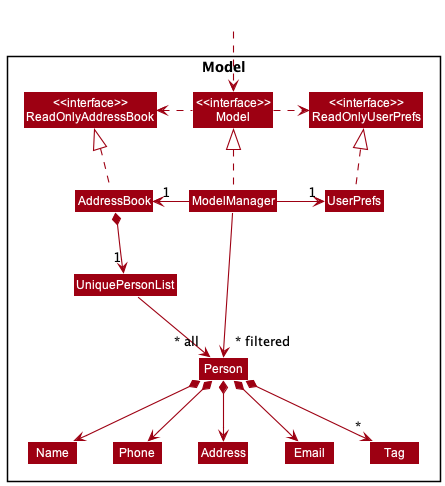
Earlier version of the PlantUML export docs/images/ModelClassDiagram.png (nus-cs2103-AY2223S2/tp).
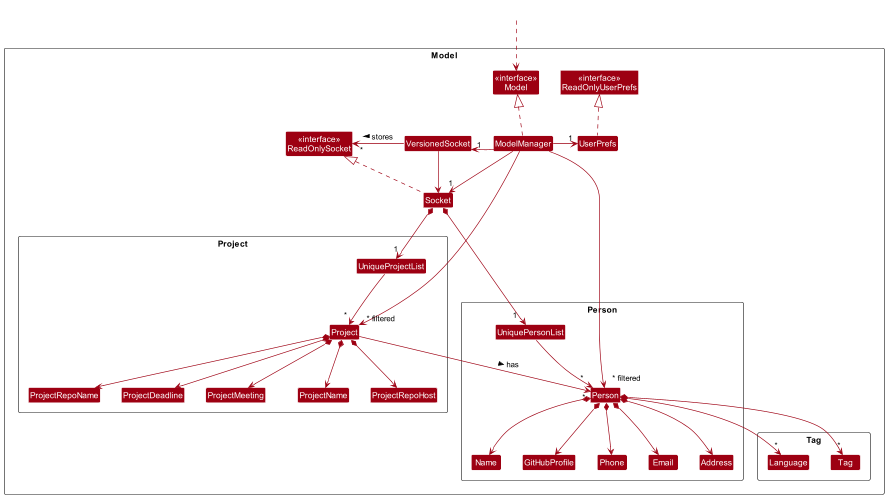
The same diagram one commit later.

The edit, as a diff of the source:
```diff
@@ -5,46 +5,87 @@
 skinparam classBackgroundColor MODEL_COLOR
 
 Package Model <<Rectangle>>{
-Class "<<interface>>\nReadOnlyAddressBook" as ReadOnlyAddressBook
+Class "<<interface>>\nReadOnlySocket" as ReadOnlySocket
 Class "<<interface>>\nReadOnlyUserPrefs" as ReadOnlyUserPrefs
-Class "<<interface>>\nModel" as Model
-Class AddressBook
+Class "<<interface>>\nModel" as Interface_Model
+Class Socket
 Class ModelManager
 Class UserPrefs
+Class VersionedSocket
 
+Package Person as PersonPackage <<Rectangle>>{
 Class UniquePersonList
 Class Person
 Class Address
 Class Email
+Class GitHubProfile
 Class Name
 Class Phone
+}
+
+Package Tag as TagPackage <<Rectangle>>{
+Class Language
 Class Tag
+}
+
+Package Project as ProjectPackage <<Rectangle>>{
+Class UniqueProjectList
+Class Project
+Class ProjectDeadline
+Class ProjectMeeting
+Class ProjectName
+Class ProjectRepoHost
+Class ProjectRepoName
+}
 
 }
 
 Class HiddenOutside #FFFFFF
-HiddenOutside ..> Model
+HiddenOutside ..> Interface_Model
 
-AddressBook .up.|> ReadOnlyAddressBook
-
-ModelManager .up.|> Model
-Model .right.> ReadOnlyUserPrefs
-Model .left.> ReadOnlyAddressBook
-ModelManager -left-> "1" AddressBook
+Socket .up.|> ReadOnlySocket
+ModelManager .up.|> Interface_Model
+ModelManager -down-> "1" Socket
+ModelManager -left-> "1" VersionedSocket
 ModelManager -right-> "1" UserPrefs
 UserPrefs .up.|> ReadOnlyUserPrefs
 
-AddressBook *--> "1" UniquePersonList
-UniquePersonList --> "~* all" Person
+ModelManager -[hidden]left-> VersionedSocket
+ReadOnlySocket -[hidden]right-> VersionedSocket
+VersionedSocket --> Socket
+VersionedSocket --> " *   " ReadOnlySocket : \n \n \n stores >
+
+ModelManager --> " * filtered" Person
+ModelManager --> " * filtered" Project
+
+Socket *--> "1  " UniquePersonList
+UniquePersonList --> " * " Person
 Person *--> Name
+Person *--> GitHubProfile
 Person *--> Phone
 Person *--> Email
 Person *--> Address
+Person *--> "*" Language
 Person *--> "*" Tag
 
-Name -[hidden]right-> Phone
-Phone -[hidden]right-> Address
-Address -[hidden]right-> Email
+Name -[hidden]right-> GitHubProfile
+GitHubProfile -[hidden]right-> Phone
+Phone -[hidden]right-> Email
+Address -[hidden]right-> Language
+Tag -[hidden]left-> Language
 
-ModelManager -->"~* filtered" Person
+Socket *--> "1" UniqueProjectList
+UniqueProjectList --> " * " Project
+Project *--> ProjectName
+Project *--> ProjectRepoHost
+Project *--> ProjectRepoName
+Project *--> ProjectDeadline
+Project *--> ProjectMeeting
+Project -->"*" Person : has >
+
+ProjectRepoHost -[hidden]right-> ProjectRepoName
+ProjectRepoName -[hidden]right-> ProjectDeadline
+ProjectMeeting -[hidden]left-> ProjectMeeting
+
+ProjectRepoName -[hidden]right-> Name
 @enduml
```
